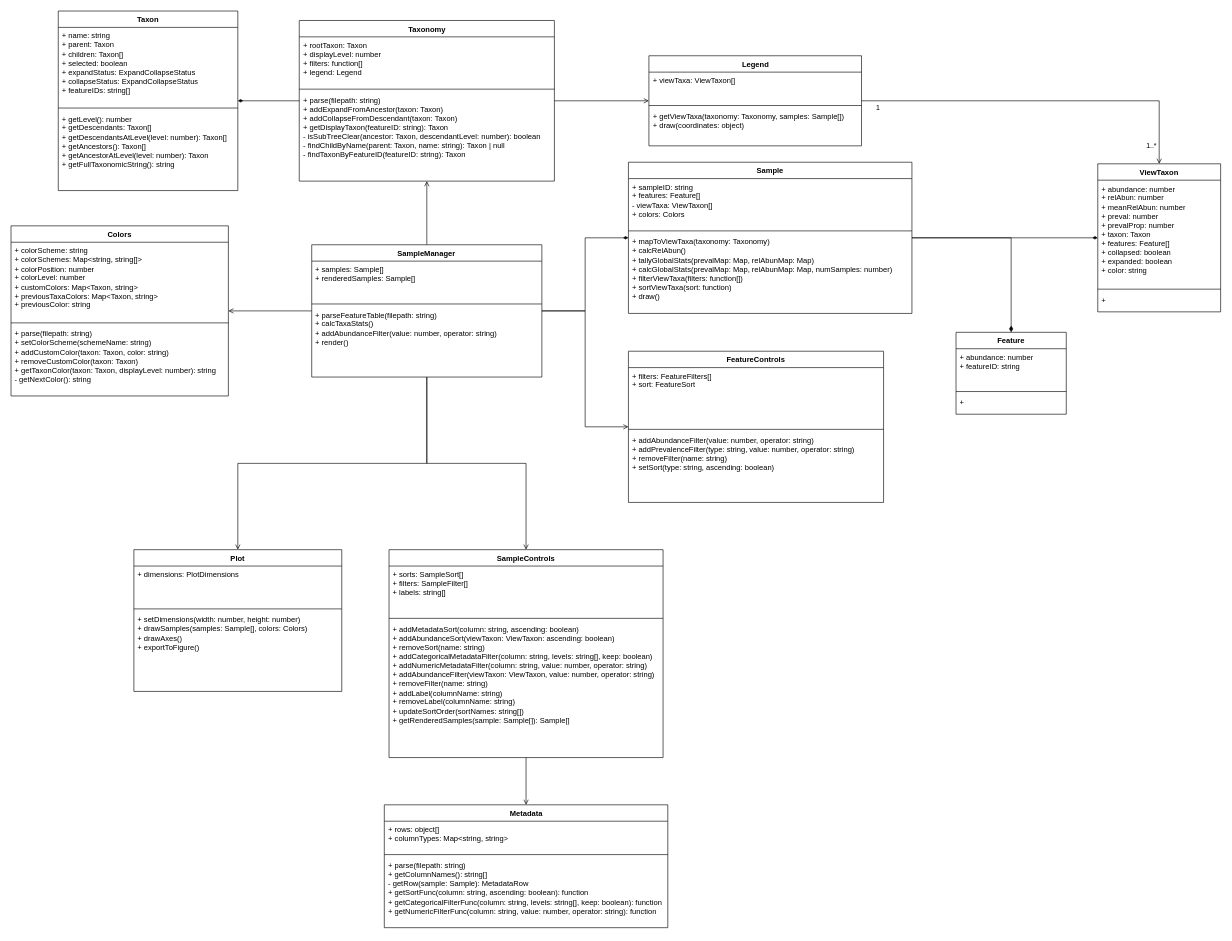
Above: docs/TaxaBarplotClasses.drawio in colinvwood/taxa-barplot (draw.io), before the change. Source tidied: cells renumbered, new cells numbered last; positions are measured from the earlier drawing's top-left corner, leaving out a move shared by most shapes. Both pictures are drawn from the tidied source at 63%, with x=0, y=0 at pixel (11, 11).
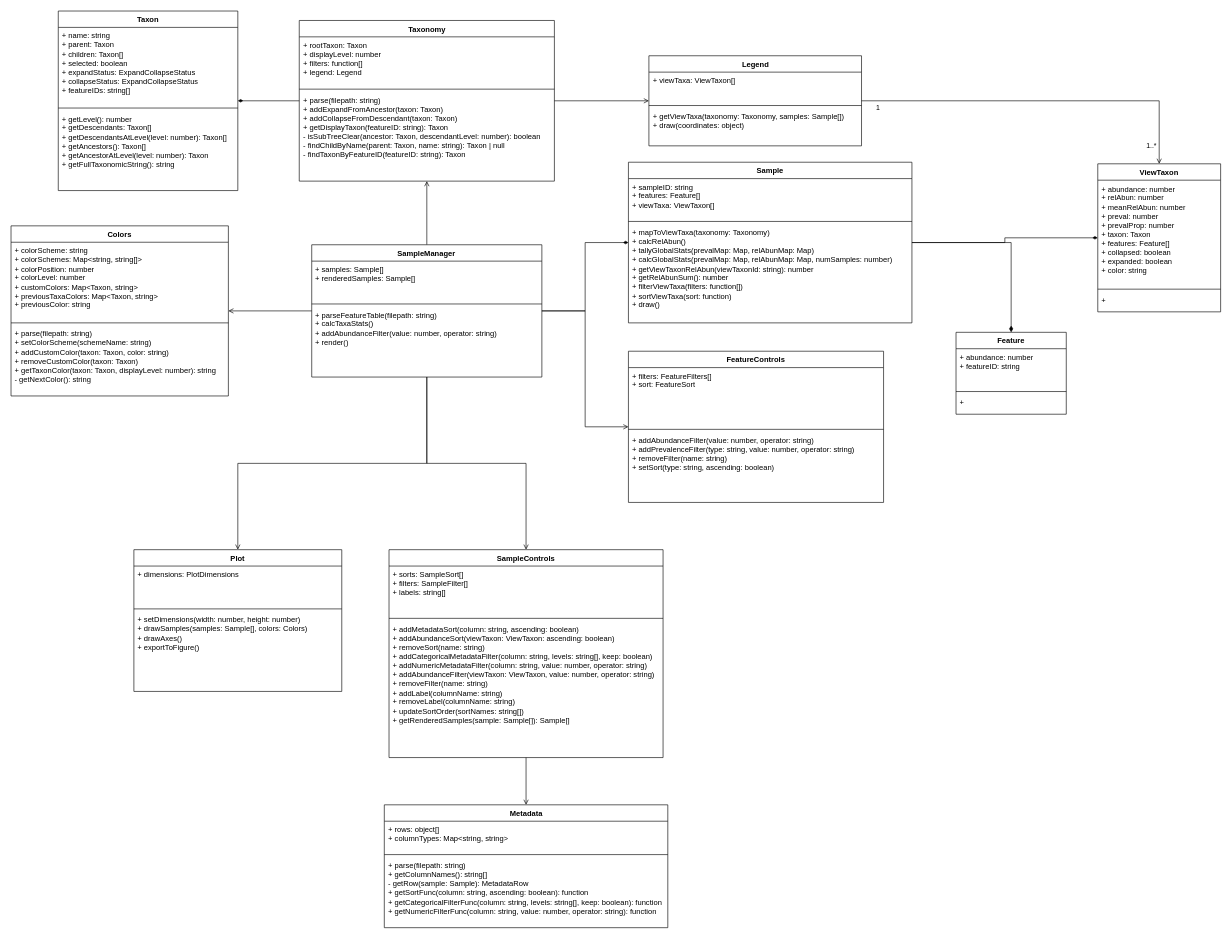
Above is the later version.

The edit, as a diff of the source:
```diff
@@
     <mxCell id="20" value="Sample" style="swimlane;fontStyle=1;align=center;verticalAlign=top;horizontal=1;startSize=26;whiteSpace=wrap;html=1;" parent="1" vertex="1">
-      <mxGeometry x="980" y="240" width="450" height="240" as="geometry" />
+      <mxGeometry x="980" y="240" width="450" height="255" as="geometry" />
     </mxCell>
-    <mxCell id="21" value="+ sampleID: string&lt;div&gt;+ features: Feature[]&lt;/div&gt;&lt;div&gt;- viewTaxa: ViewTaxon[]&lt;/div&gt;&lt;div&gt;+ colors: Colors&lt;/div&gt;&lt;div&gt;&lt;br&gt;&lt;/div&gt;" style="text;strokeColor=none;fillColor=none;align=left;verticalAlign=top;spacingLeft=4;spacingRight=4;overflow=hidden;whiteSpace=wrap;html=1;" parent="20" vertex="1">
-      <mxGeometry y="26" width="450" height="79" as="geometry" />
+    <mxCell id="21" value="+ sampleID: string&lt;div&gt;+ features: Feature[]&lt;/div&gt;&lt;div&gt;+ viewTaxa: ViewTaxon[]&lt;/div&gt;&lt;div&gt;&lt;br&gt;&lt;/div&gt;" style="text;strokeColor=none;fillColor=none;align=left;verticalAlign=top;spacingLeft=4;spacingRight=4;overflow=hidden;whiteSpace=wrap;html=1;" parent="20" vertex="1">
+      <mxGeometry y="26" width="450" height="64" as="geometry" />
     </mxCell>
     <mxCell id="22" style="line;strokeWidth=1;fillColor=none;align=left;verticalAlign=middle;spacingTop=-1;spacingLeft=3;spacingRight=3;labelPosition=right;strokeColor=inherit;" parent="20" vertex="1">
-      <mxGeometry y="105" width="450" height="8" as="geometry" />
+      <mxGeometry y="90" width="450" height="8" as="geometry" />
     </mxCell>
-    <mxCell id="23" value="&lt;div&gt;+ mapToViewTaxa(taxonomy: Taxonomy)&lt;/div&gt;&lt;div&gt;+ calcRelAbun()&lt;/div&gt;&lt;div&gt;+ tallyGlobalStats(prevalMap: Map, relAbunMap: Map)&lt;/div&gt;&lt;div&gt;+ calcGlobalStats(prevalMap: Map, relAbunMap: Map, numSamples: number)&lt;/div&gt;&lt;div&gt;+ filterViewTaxa(filters: function[])&lt;/div&gt;&lt;div&gt;+ sortViewTaxa(sort: function)&lt;/div&gt;&lt;div&gt;+ draw()&lt;/div&gt;&lt;div&gt;&lt;br&gt;&lt;/div&gt;" style="text;strokeColor=none;fillColor=none;align=left;verticalAlign=top;spacingLeft=4;spacingRight=4;overflow=hidden;whiteSpace=wrap;html=1;" parent="20" vertex="1">
-      <mxGeometry y="113" width="450" height="127" as="geometry" />
+    <mxCell id="23" value="&lt;div&gt;+ mapToViewTaxa(taxonomy: Taxonomy)&lt;/div&gt;&lt;div&gt;+ calcRelAbun()&lt;/div&gt;&lt;div&gt;+ tallyGlobalStats(prevalMap: Map, relAbunMap: Map)&lt;/div&gt;&lt;div&gt;+ calcGlobalStats(prevalMap: Map, relAbunMap: Map, numSamples: number)&lt;/div&gt;&lt;div&gt;+ getViewTaxonRelAbun(viewTaxonId: string): number&lt;/div&gt;&lt;div&gt;+ getRelAbunSum(): number&lt;/div&gt;&lt;div&gt;+ filterViewTaxa(filters: function[])&lt;/div&gt;&lt;div&gt;+ sortViewTaxa(sort: function)&lt;/div&gt;&lt;div&gt;+ draw()&lt;/div&gt;&lt;div&gt;&lt;br&gt;&lt;/div&gt;" style="text;strokeColor=none;fillColor=none;align=left;verticalAlign=top;spacingLeft=4;spacingRight=4;overflow=hidden;whiteSpace=wrap;html=1;" parent="20" vertex="1">
+      <mxGeometry y="98" width="450" height="157" as="geometry" />
     </mxCell>
```
